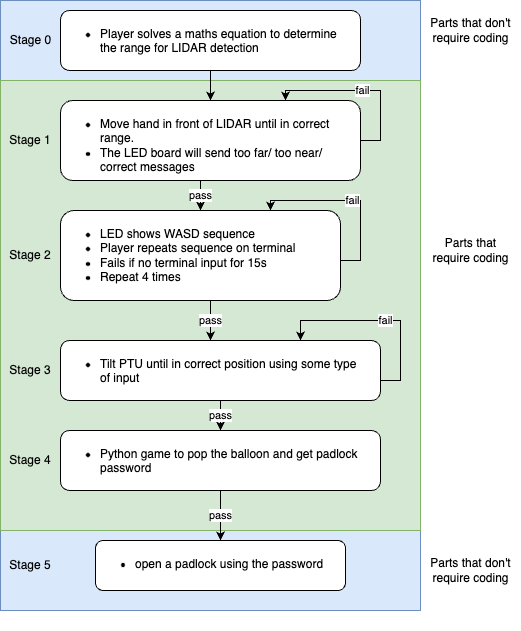
This is image/flowchart.drawio.png from jtho4403/Escape-Room, a draw.io export, as it was before one commit. Source tidied: cells renumbered, new cells last; positions are measured from the earlier drawing's top-left corner, leaving out a move shared by most shapes.
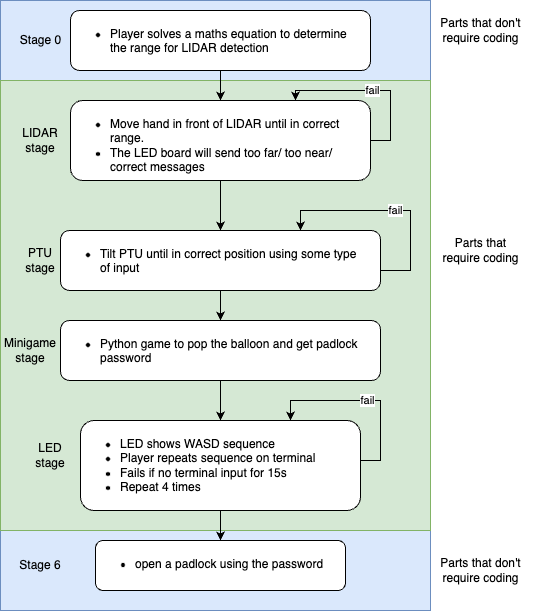
The same file after the commit.

Change to the diagram source:
```diff
@@ -3,54 +3,44 @@
     <mxCell id="0" />
     <mxCell id="1" parent="0" />
     <mxCell id="2" style="rounded=0;whiteSpace=wrap;html=1;strokeColor=none;" parent="1" vertex="1">
-      <mxGeometry width="520" height="630" as="geometry" />
+      <mxGeometry x="-10" width="540" height="610" as="geometry" />
     </mxCell>
     <mxCell id="3" style="rounded=0;whiteSpace=wrap;html=1;fillColor=#dae8fc;strokeColor=#6c8ebf;" parent="1" vertex="1">
-      <mxGeometry width="420" height="80" as="geometry" />
+      <mxGeometry x="-10" width="430" height="80" as="geometry" />
     </mxCell>
     <mxCell id="4" style="rounded=0;whiteSpace=wrap;html=1;fillColor=#dae8fc;strokeColor=#6c8ebf;" parent="1" vertex="1">
-      <mxGeometry y="530" width="420" height="80" as="geometry" />
+      <mxGeometry x="-10" y="530" width="430" height="80" as="geometry" />
     </mxCell>
     <mxCell id="5" style="rounded=0;whiteSpace=wrap;html=1;fillColor=#d5e8d4;strokeColor=#82b366;" parent="1" vertex="1">
-      <mxGeometry y="80" width="420" height="450" as="geometry" />
+      <mxGeometry x="-10" y="80" width="430" height="450" as="geometry" />
     </mxCell>
-    <mxCell id="6" value="pass" style="edgeStyle=orthogonalEdgeStyle;rounded=0;jettySize=auto;html=1;" parent="1" edge="1" source="7" target="12">
-      <mxGeometry relative="1" as="geometry">
-        <Array as="points">
-          <mxPoint x="200" y="190" />
-          <mxPoint x="200" y="190" />
-        </Array>
-      </mxGeometry>
-    </mxCell>
+    <mxCell id="29" style="edgeStyle=orthogonalEdgeStyle;rounded=0;jettySize=auto;html=1;" parent="1" edge="1" source="7" target="17">
+      <mxGeometry relative="1" as="geometry" />
+    </mxCell>
     <mxCell id="7" value="&lt;ul&gt;&lt;li&gt;Move hand in front of LIDAR until in correct range.&lt;/li&gt;&lt;li&gt;The LED board will send too far/ too near/ correct messages&lt;/li&gt;&lt;/ul&gt;" style="rounded=1;whiteSpace=wrap;html=1;verticalAlign=top;align=left;spacingLeft=0;spacing=0;" parent="1" vertex="1">
       <mxGeometry x="60" y="100" width="300" height="80" as="geometry" />
     </mxCell>
-    <mxCell id="8" value="Stage 1" style="text;html=1;strokeColor=none;fillColor=none;align=center;verticalAlign=middle;whiteSpace=wrap;rounded=0;" parent="1" vertex="1">
+    <mxCell id="8" value="LIDAR&lt;br&gt;stage" style="text;html=1;strokeColor=none;fillColor=none;align=center;verticalAlign=middle;whiteSpace=wrap;rounded=0;" parent="1" vertex="1">
       <mxGeometry y="125" width="60" height="30" as="geometry" />
     </mxCell>
-    <mxCell id="9" value="Stage 2" style="text;html=1;strokeColor=none;fillColor=none;align=center;verticalAlign=middle;whiteSpace=wrap;rounded=0;" parent="1" vertex="1">
-      <mxGeometry y="240" width="60" height="30" as="geometry" />
+    <mxCell id="9" value="LED&lt;br&gt;stage" style="text;html=1;strokeColor=none;fillColor=none;align=center;verticalAlign=middle;whiteSpace=wrap;rounded=0;" parent="1" vertex="1">
+      <mxGeometry x="10" y="440" width="60" height="30" as="geometry" />
     </mxCell>
     <mxCell id="10" value="fail" style="edgeStyle=orthogonalEdgeStyle;rounded=0;orthogonalLoop=1;jettySize=auto;html=1;exitX=1;exitY=0.5;exitDx=0;exitDy=0;entryX=0.75;entryY=0;entryDx=0;entryDy=0;" parent="1" edge="1" source="12" target="12">
       <mxGeometry relative="1" as="geometry">
         <Array as="points">
-          <mxPoint x="340" y="260" />
-          <mxPoint x="360" y="260" />
-          <mxPoint x="360" y="200" />
-          <mxPoint x="270" y="200" />
+          <mxPoint x="350" y="460" />
+          <mxPoint x="370" y="460" />
+          <mxPoint x="370" y="400" />
+          <mxPoint x="280" y="400" />
         </Array>
       </mxGeometry>
     </mxCell>
-    <mxCell id="11" value="pass" style="edgeStyle=orthogonalEdgeStyle;rounded=0;jettySize=auto;html=1;" parent="1" edge="1" source="12" target="17">
-      <mxGeometry relative="1" as="geometry">
-        <Array as="points">
-          <mxPoint x="210" y="310" />
-          <mxPoint x="210" y="310" />
-        </Array>
-      </mxGeometry>
-    </mxCell>
+    <mxCell id="30" style="edgeStyle=orthogonalEdgeStyle;rounded=0;jettySize=auto;html=1;exitX=0.5;exitY=1;exitDx=0;exitDy=0;" parent="1" edge="1" source="12" target="18">
+      <mxGeometry relative="1" as="geometry" />
+    </mxCell>
     <mxCell id="12" value="&lt;ul&gt;&lt;li&gt;LED shows WASD sequence&lt;/li&gt;&lt;li&gt;Player repeats sequence on terminal&lt;/li&gt;&lt;li&gt;Fails if no terminal input for 15s&lt;/li&gt;&lt;li&gt;Repeat 4 times&lt;/li&gt;&lt;/ul&gt;" style="rounded=1;whiteSpace=wrap;html=1;verticalAlign=top;align=left;spacingLeft=0;spacing=0;" parent="1" vertex="1">
-      <mxGeometry x="60" y="210" width="280" height="90" as="geometry" />
+      <mxGeometry x="70" y="420" width="280" height="90" as="geometry" />
     </mxCell>
     <mxCell id="13" value="fail" style="edgeStyle=orthogonalEdgeStyle;rounded=0;orthogonalLoop=1;jettySize=auto;html=1;exitX=1;exitY=0.5;exitDx=0;exitDy=0;entryX=0.75;entryY=0;entryDx=0;entryDy=0;" parent="1" edge="1" source="7" target="7">
       <mxGeometry relative="1" as="geometry">
@@ -61,29 +51,29 @@
         </Array>
       </mxGeometry>
     </mxCell>
-    <mxCell id="14" value="Stage 3" style="text;html=1;strokeColor=none;fillColor=none;align=center;verticalAlign=middle;whiteSpace=wrap;rounded=0;" parent="1" vertex="1">
-      <mxGeometry y="355" width="60" height="30" as="geometry" />
+    <mxCell id="14" value="PTU&lt;br&gt;stage" style="text;html=1;strokeColor=none;fillColor=none;align=center;verticalAlign=middle;whiteSpace=wrap;rounded=0;" parent="1" vertex="1">
+      <mxGeometry y="245" width="60" height="30" as="geometry" />
     </mxCell>
     <mxCell id="15" value="fail" style="edgeStyle=orthogonalEdgeStyle;rounded=0;orthogonalLoop=1;jettySize=auto;html=1;exitX=1;exitY=0.5;exitDx=0;exitDy=0;entryX=0.75;entryY=0;entryDx=0;entryDy=0;" parent="1" edge="1" source="17" target="17">
       <mxGeometry relative="1" as="geometry">
         <Array as="points">
-          <mxPoint x="380" y="380" />
-          <mxPoint x="400" y="380" />
-          <mxPoint x="400" y="320" />
-          <mxPoint x="300" y="320" />
+          <mxPoint x="380" y="270" />
+          <mxPoint x="400" y="270" />
+          <mxPoint x="400" y="210" />
+          <mxPoint x="300" y="210" />
         </Array>
       </mxGeometry>
     </mxCell>
-    <mxCell id="16" value="pass" style="edgeStyle=orthogonalEdgeStyle;rounded=0;jettySize=auto;html=1;" parent="1" edge="1" source="17" target="27">
+    <mxCell id="16" style="edgeStyle=orthogonalEdgeStyle;rounded=0;jettySize=auto;html=1;" parent="1" edge="1" source="17" target="27">
       <mxGeometry relative="1" as="geometry" />
     </mxCell>
     <mxCell id="17" value="&lt;ul&gt;&lt;li&gt;Tilt PTU until in correct position using some type of input&amp;nbsp;&lt;/li&gt;&lt;/ul&gt;" style="rounded=1;whiteSpace=wrap;html=1;verticalAlign=top;align=left;spacingLeft=0;spacing=0;spacingRight=20;" parent="1" vertex="1">
-      <mxGeometry x="60" y="340" width="320" height="60" as="geometry" />
+      <mxGeometry x="50" y="230" width="320" height="60" as="geometry" />
     </mxCell>
     <mxCell id="18" value="&lt;ul&gt;&lt;li&gt;open a padlock using the password&lt;/li&gt;&lt;/ul&gt;" style="rounded=1;whiteSpace=wrap;html=1;verticalAlign=top;align=left;spacingLeft=0;spacing=0;spacingRight=20;" parent="1" vertex="1">
-      <mxGeometry x="95" y="540" width="250" height="50" as="geometry" />
+      <mxGeometry x="85" y="540" width="250" height="50" as="geometry" />
     </mxCell>
-    <mxCell id="19" value="Stage 5" style="text;html=1;strokeColor=none;fillColor=none;align=center;verticalAlign=middle;whiteSpace=wrap;rounded=0;" parent="1" vertex="1">
+    <mxCell id="19" value="Stage 6" style="text;html=1;strokeColor=none;fillColor=none;align=center;verticalAlign=middle;whiteSpace=wrap;rounded=0;" parent="1" vertex="1">
       <mxGeometry y="550" width="60" height="30" as="geometry" />
     </mxCell>
     <mxCell id="20" style="edgeStyle=orthogonalEdgeStyle;rounded=0;jettySize=auto;html=1;" parent="1" edge="1" source="21" target="7">
@@ -104,14 +94,14 @@
     <mxCell id="25" value="Stage 0" style="text;html=1;align=center;verticalAlign=middle;strokeColor=none;fillColor=none;" parent="1" vertex="1">
       <mxGeometry y="25" width="60" height="30" as="geometry" />
     </mxCell>
-    <mxCell id="26" value="pass" style="edgeStyle=orthogonalEdgeStyle;rounded=0;jettySize=auto;html=1;" parent="1" edge="1" source="27" target="18">
-      <mxGeometry relative="1" as="geometry" />
-    </mxCell>
+    <mxCell id="31" style="edgeStyle=orthogonalEdgeStyle;rounded=0;jettySize=auto;html=1;" parent="1" edge="1" source="27" target="12">
+      <mxGeometry relative="1" as="geometry" />
+    </mxCell>
     <mxCell id="27" value="&lt;ul&gt;&lt;li&gt;Python game to pop the balloon and get padlock password&lt;/li&gt;&lt;/ul&gt;" style="rounded=1;whiteSpace=wrap;html=1;verticalAlign=top;align=left;spacingLeft=0;spacing=0;spacingRight=20;" parent="1" vertex="1">
-      <mxGeometry x="60" y="430" width="320" height="60" as="geometry" />
+      <mxGeometry x="50" y="320" width="320" height="60" as="geometry" />
     </mxCell>
-    <mxCell id="28" value="Stage 4" style="text;html=1;strokeColor=none;fillColor=none;align=center;verticalAlign=middle;whiteSpace=wrap;rounded=0;" parent="1" vertex="1">
-      <mxGeometry y="445" width="60" height="30" as="geometry" />
+    <mxCell id="28" value="Minigame&lt;br&gt;stage" style="text;html=1;strokeColor=none;fillColor=none;align=center;verticalAlign=middle;whiteSpace=wrap;rounded=0;" parent="1" vertex="1">
+      <mxGeometry x="-10" y="335" width="60" height="30" as="geometry" />
     </mxCell>
   </root>
 </mxGraphModel>
```
